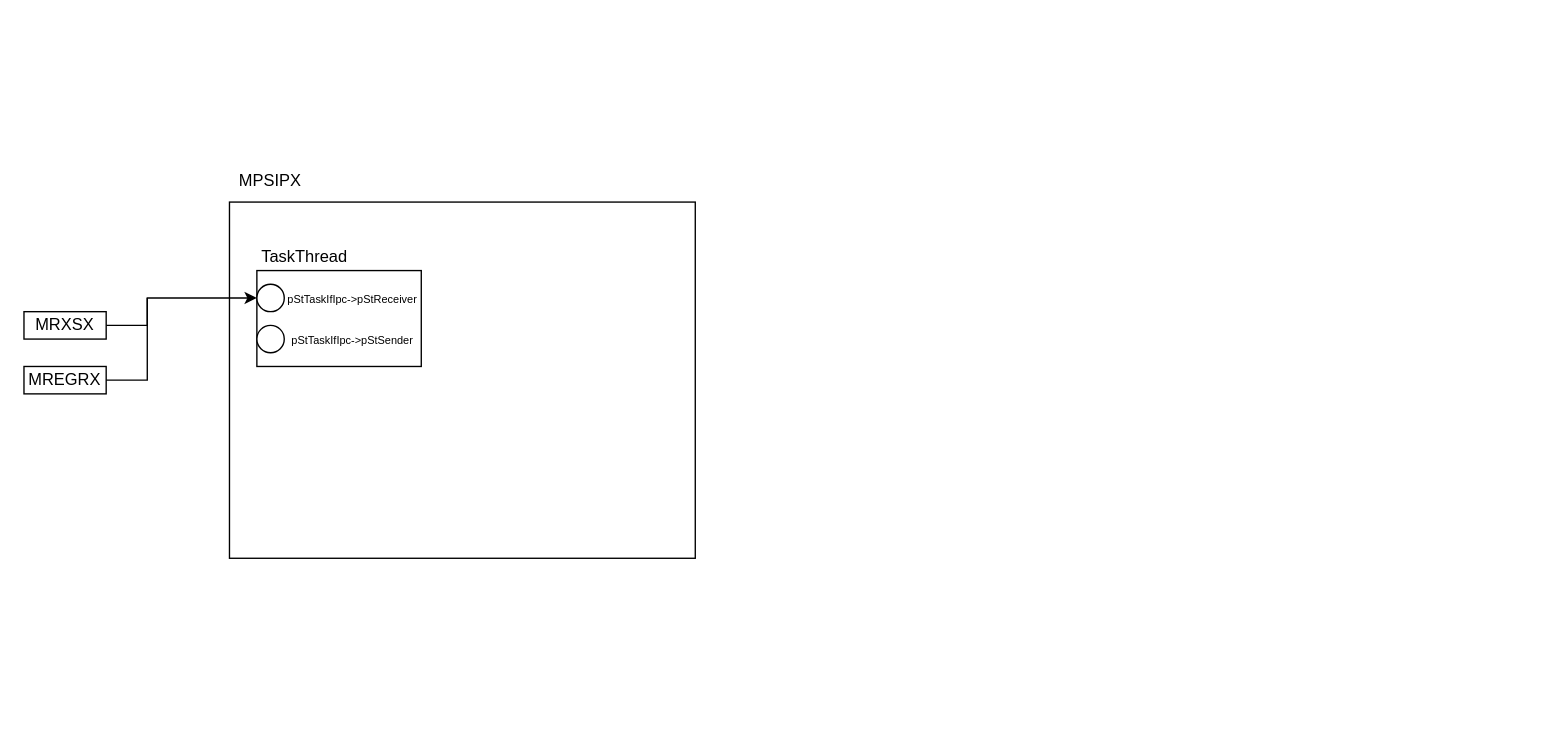
Above: MPSIPX.drawio in JaeHyeon774/NEWTIL (draw.io), before the change. Source tidied: cells renumbered, new cells numbered last; positions are measured from the earlier drawing's top-left corner, leaving out a move shared by most shapes. Both pictures are drawn from the tidied source at 137%, with x=0, y=0 at pixel (23, 160).
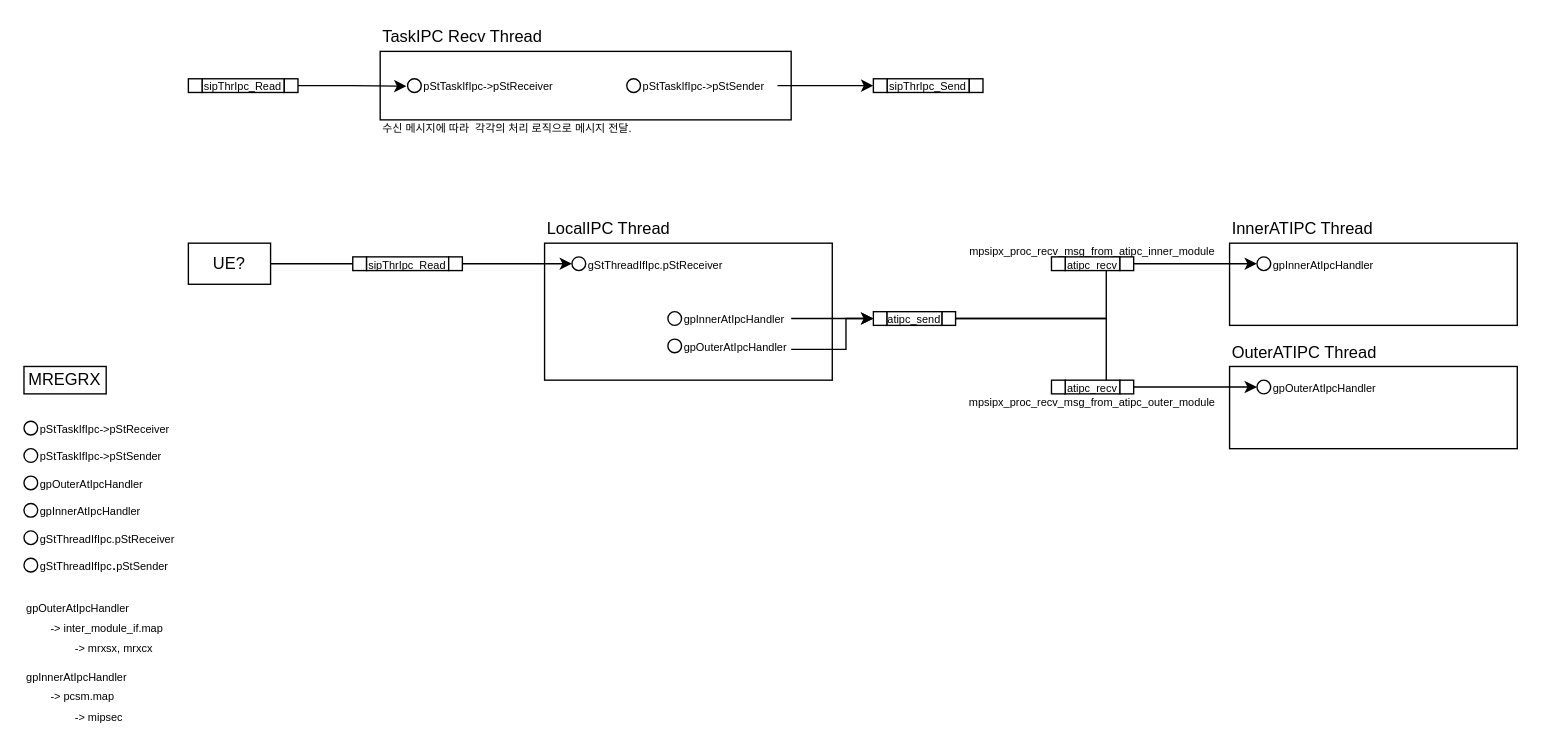
The same diagram, later.

Change to the diagram source:
```diff
@@
-    <mxCell id="2" style="group;" parent="1" vertex="1">
-      <mxGeometry x="150" width="340" height="290" as="geometry" />
-    </mxCell>
-    <mxCell id="3" style="rounded=0;whiteSpace=wrap;html=1;" parent="2" vertex="1">
-      <mxGeometry y="30" width="340" height="260" as="geometry" />
-    </mxCell>
-    <mxCell id="4" value="MPSIPX" style="text;html=1;align=center;verticalAlign=middle;whiteSpace=wrap;rounded=0;" parent="2" vertex="1">
-      <mxGeometry width="60" height="30" as="geometry" />
-    </mxCell>
-    <mxCell id="5" style="rounded=0;whiteSpace=wrap;html=1;" parent="2" vertex="1">
-      <mxGeometry x="20" y="80" width="120" height="70" as="geometry" />
-    </mxCell>
-    <mxCell id="6" value="TaskThread" style="text;html=1;align=center;verticalAlign=middle;whiteSpace=wrap;rounded=0;" parent="2" vertex="1">
-      <mxGeometry x="20" y="60" width="70" height="20" as="geometry" />
-    </mxCell>
+    <mxCell id="15" style="rounded=0;whiteSpace=wrap;html=1;" parent="1" vertex="1">
+      <mxGeometry x="260" y="-80" width="300" height="50" as="geometry" />
+    </mxCell>
+    <mxCell id="16" style="group;" parent="1" vertex="1">
+      <mxGeometry x="380" y="40" width="210" height="120" as="geometry" />
+    </mxCell>
+    <mxCell id="17" style="rounded=0;whiteSpace=wrap;html=1;" parent="16" vertex="1">
+      <mxGeometry y="20" width="210" height="100" as="geometry" />
+    </mxCell>
+    <mxCell id="18" value="LocalIPC Thread" style="text;html=1;align=left;verticalAlign=middle;whiteSpace=wrap;rounded=0;" parent="16" vertex="1">
+      <mxGeometry width="120" height="20" as="geometry" />
+    </mxCell>
+    <mxCell id="19" style="group;" parent="1" vertex="1">
+      <mxGeometry x="880" y="40" width="210" height="80" as="geometry" />
+    </mxCell>
+    <mxCell id="20" style="rounded=0;whiteSpace=wrap;html=1;" parent="19" vertex="1">
+      <mxGeometry y="20" width="210" height="60" as="geometry" />
+    </mxCell>
+    <mxCell id="21" value="InnerATIPC Thread" style="text;html=1;align=left;verticalAlign=middle;whiteSpace=wrap;rounded=0;" parent="19" vertex="1">
+      <mxGeometry width="120" height="20" as="geometry" />
+    </mxCell>
+    <mxCell id="22" style="group;" parent="1" vertex="1">
+      <mxGeometry x="880" y="130" width="210" height="80" as="geometry" />
+    </mxCell>
+    <mxCell id="23" style="rounded=0;whiteSpace=wrap;html=1;" parent="22" vertex="1">
+      <mxGeometry y="20" width="210" height="60" as="geometry" />
+    </mxCell>
+    <mxCell id="24" value="OuterATIPC Thread" style="text;html=1;align=left;verticalAlign=middle;whiteSpace=wrap;rounded=0;" parent="22" vertex="1">
+      <mxGeometry width="120" height="20" as="geometry" />
+    </mxCell>
+    <mxCell id="12" value="MREGRX" style="rounded=0;whiteSpace=wrap;html=1;" parent="1" vertex="1">
+      <mxGeometry y="150" width="60" height="20" as="geometry" />
+    </mxCell>
+    <mxCell id="25" value="&lt;font style=&quot;font-size: 8px;&quot;&gt;gpOuterAtIpcHandler&lt;br&gt;&lt;/font&gt;&lt;span style=&quot;background-color: transparent; color: light-dark(rgb(0, 0, 0), rgb(255, 255, 255)); font-size: 8px;&quot;&gt;&lt;span style=&quot;white-space: pre;&quot;&gt;&#9;&lt;/span&gt;-&amp;gt;&amp;nbsp;&lt;/span&gt;&lt;span style=&quot;background-color: transparent; color: light-dark(rgb(0, 0, 0), rgb(255, 255, 255)); font-size: 8px;&quot;&gt;inter_module_if.map&lt;/span&gt;&lt;div&gt;&lt;span style=&quot;background-color: transparent; color: light-dark(rgb(0, 0, 0), rgb(255, 255, 255)); font-size: 8px;&quot;&gt;&lt;span style=&quot;white-space: pre;&quot;&gt;&#9;&lt;/span&gt;&lt;span style=&quot;white-space: pre;&quot;&gt;&#9;&lt;/span&gt;-&amp;gt; mrxsx, mrxcx&lt;br&gt;&lt;/span&gt;&lt;/div&gt;" style="text;html=1;align=left;verticalAlign=middle;whiteSpace=wrap;rounded=0;" parent="1" vertex="1">
+      <mxGeometry y="320" width="120" height="40" as="geometry" />
+    </mxCell>
+    <mxCell id="26" value="&lt;span style=&quot;font-size: 8px;&quot;&gt;gpInnerAtIpcHandler&lt;/span&gt;&lt;br&gt;&lt;span style=&quot;font-size: 8px; white-space: pre;&quot;&gt;&#9;&lt;/span&gt;&lt;span style=&quot;font-size: 8px;&quot;&gt;-&amp;gt;&amp;nbsp;pcsm.map&lt;/span&gt;&lt;div&gt;&lt;span style=&quot;font-size: 8px;&quot;&gt;&lt;span style=&quot;white-space: pre;&quot;&gt;&#9;&lt;/span&gt;&lt;span style=&quot;white-space: pre;&quot;&gt;&#9;&lt;/span&gt;-&amp;gt; mipsec&lt;br&gt;&lt;/span&gt;&lt;/div&gt;" style="text;html=1;align=left;verticalAlign=middle;whiteSpace=wrap;rounded=0;" parent="1" vertex="1">
+      <mxGeometry y="370" width="120" height="40" as="geometry" />
+    </mxCell>
+    <mxCell id="27" style="group;" parent="1" vertex="1">
+      <mxGeometry y="190" width="110" height="10" as="geometry" />
+    </mxCell>
-    <mxCell id="7" style="ellipse;whiteSpace=wrap;html=1;" parent="2" vertex="1">
-      <mxGeometry x="20" y="90" width="20" height="20" as="geometry" />
+    <mxCell id="7" style="ellipse;whiteSpace=wrap;html=1;" parent="27" vertex="1">
+      <mxGeometry width="10" height="10" as="geometry" />
     </mxCell>
-    <mxCell id="8" value="&lt;font style=&quot;font-size: 8px;&quot;&gt;pStTaskIfIpc-&amp;gt;pStReceiver&lt;/font&gt;" style="text;html=1;align=center;verticalAlign=middle;whiteSpace=wrap;rounded=0;" parent="2" vertex="1">
-      <mxGeometry x="40" y="90" width="100" height="20" as="geometry" />
+    <mxCell id="8" value="&lt;font style=&quot;font-size: 8px;&quot;&gt;pStTaskIfIpc-&amp;gt;pStReceiver&lt;/font&gt;" style="text;html=1;align=left;verticalAlign=middle;whiteSpace=wrap;rounded=0;" parent="27" vertex="1">
+      <mxGeometry x="10" width="100" height="10" as="geometry" />
     </mxCell>
+    <mxCell id="28" style="group;" parent="1" vertex="1">
+      <mxGeometry y="210" width="110" height="10" as="geometry" />
+    </mxCell>
-    <mxCell id="9" style="ellipse;whiteSpace=wrap;html=1;" parent="2" vertex="1">
-      <mxGeometry x="20" y="120" width="20" height="20" as="geometry" />
+    <mxCell id="9" style="ellipse;whiteSpace=wrap;html=1;" parent="28" vertex="1">
+      <mxGeometry width="10" height="10" as="geometry" />
     </mxCell>
-    <mxCell id="10" value="&lt;font style=&quot;font-size: 8px;&quot;&gt;pStTaskIfIpc-&amp;gt;pStSender&lt;/font&gt;" style="text;html=1;align=center;verticalAlign=middle;whiteSpace=wrap;rounded=0;" parent="2" vertex="1">
-      <mxGeometry x="40" y="120" width="100" height="20" as="geometry" />
+    <mxCell id="10" value="&lt;font style=&quot;font-size: 8px;&quot;&gt;pStTaskIfIpc-&amp;gt;pStSender&lt;/font&gt;" style="text;html=1;align=left;verticalAlign=middle;whiteSpace=wrap;rounded=0;" parent="28" vertex="1">
+      <mxGeometry x="10" width="100" height="10" as="geometry" />
     </mxCell>
-    <mxCell id="11" style="endArrow=classic;html=1;rounded=0;entryX=0;entryY=0.5;entryDx=0;entryDy=0;exitX=1;exitY=0.5;exitDx=0;exitDy=0;" parent="1" edge="1" source="13" target="7">
-      <mxGeometry relative="1" as="geometry">
-        <Array as="points">
-          <mxPoint x="90" y="120" />
-          <mxPoint x="90" y="100" />
-        </Array>
-      </mxGeometry>
-    </mxCell>
-    <mxCell id="12" value="MREGRX" style="rounded=0;whiteSpace=wrap;html=1;" parent="1" vertex="1">
-      <mxGeometry y="150" width="60" height="20" as="geometry" />
-    </mxCell>
-    <mxCell id="13" value="MRXSX" style="rounded=0;whiteSpace=wrap;html=1;" parent="1" vertex="1">
-      <mxGeometry y="110" width="60" height="20" as="geometry" />
-    </mxCell>
-    <mxCell id="14" style="endArrow=none;html=1;rounded=0;exitX=1;exitY=0.5;exitDx=0;exitDy=0;" parent="1" edge="1" source="12">
-      <mxGeometry relative="1" as="geometry">
-        <mxPoint x="90" y="100" as="targetPoint" />
-        <Array as="points">
-          <mxPoint x="90" y="160" />
-        </Array>
-      </mxGeometry>
-    </mxCell>
+    <mxCell id="29" style="group;" parent="1" vertex="1">
+      <mxGeometry y="270" width="110" height="10" as="geometry" />
+    </mxCell>
+    <mxCell id="30" value="&lt;font style=&quot;font-size: 8px;&quot;&gt;gStThreadIfIpc.pStReceiver&lt;/font&gt;" style="text;html=1;align=left;verticalAlign=middle;whiteSpace=wrap;rounded=0;" parent="29" vertex="1">
+      <mxGeometry x="10" width="100" height="10" as="geometry" />
+    </mxCell>
+    <mxCell id="31" style="ellipse;whiteSpace=wrap;html=1;" parent="29" vertex="1">
+      <mxGeometry width="10" height="10" as="geometry" />
+    </mxCell>
+    <mxCell id="32" value="&lt;font style=&quot;font-size: 8px;&quot;&gt;mpsipx_proc_recv_msg_from_atipc_inner_module&lt;/font&gt;" style="text;html=1;align=center;verticalAlign=middle;whiteSpace=wrap;rounded=0;" parent="1" vertex="1">
+      <mxGeometry x="680" y="60" width="200" height="10" as="geometry" />
+    </mxCell>
+    <mxCell id="33" style="edgeStyle=orthogonalEdgeStyle;rounded=0;jettySize=auto;html=1;exitX=1;exitY=0.5;exitDx=0;exitDy=0;entryX=0;entryY=0.5;entryDx=0;entryDy=0;" parent="1" edge="1" source="62" target="41">
+      <mxGeometry relative="1" as="geometry" />
+    </mxCell>
+    <mxCell id="34" style="edgeStyle=orthogonalEdgeStyle;rounded=0;jettySize=auto;html=1;exitX=1;exitY=0.5;exitDx=0;exitDy=0;entryX=0;entryY=0.5;entryDx=0;entryDy=0;" parent="1" edge="1" source="62" target="44">
+      <mxGeometry relative="1" as="geometry" />
+    </mxCell>
+    <mxCell id="35" value="&lt;font style=&quot;font-size: 8px;&quot;&gt;mpsipx_proc_recv_msg_from_atipc_outer_module&lt;/font&gt;" style="text;html=1;align=center;verticalAlign=middle;whiteSpace=wrap;rounded=0;" parent="1" vertex="1">
+      <mxGeometry x="680" y="170" width="200" height="10" as="geometry" />
+    </mxCell>
+    <mxCell id="36" style="group;" parent="1" vertex="1">
+      <mxGeometry x="750" y="70" width="60" height="10" as="geometry" />
+    </mxCell>
+    <mxCell id="37" value="&lt;span style=&quot;font-size: 8px;&quot;&gt;atipc_recv&lt;/span&gt;" style="rounded=0;whiteSpace=wrap;html=1;" parent="36" vertex="1">
+      <mxGeometry x="10" width="40" height="10" as="geometry" />
+    </mxCell>
+    <mxCell id="38" style="rounded=0;whiteSpace=wrap;html=1;" parent="36" vertex="1">
+      <mxGeometry width="10" height="10" as="geometry" />
+    </mxCell>
+    <mxCell id="39" style="rounded=0;whiteSpace=wrap;html=1;" parent="36" vertex="1">
+      <mxGeometry x="50" width="10" height="10" as="geometry" />
+    </mxCell>
+    <mxCell id="40" style="group;" parent="1" vertex="1">
+      <mxGeometry x="900" y="70" width="90" height="10" as="geometry" />
+    </mxCell>
+    <mxCell id="41" style="ellipse;whiteSpace=wrap;html=1;" parent="40" vertex="1">
+      <mxGeometry width="10" height="10" as="geometry" />
+    </mxCell>
+    <mxCell id="42" value="&lt;span style=&quot;font-size: 8px;&quot;&gt;gpInnerAtIpcHandler&lt;/span&gt;" style="text;html=1;align=left;verticalAlign=middle;whiteSpace=wrap;rounded=0;" parent="40" vertex="1">
+      <mxGeometry x="10" width="80" height="10" as="geometry" />
+    </mxCell>
+    <mxCell id="43" style="group;" parent="1" vertex="1">
+      <mxGeometry x="900" y="160" width="90" height="10" as="geometry" />
+    </mxCell>
+    <mxCell id="44" style="ellipse;whiteSpace=wrap;html=1;" parent="43" vertex="1">
+      <mxGeometry width="10" height="10" as="geometry" />
+    </mxCell>
+    <mxCell id="45" value="&lt;font style=&quot;font-size: 8px;&quot;&gt;gpOuterAtIpcHandler&lt;/font&gt;" style="text;html=1;align=left;verticalAlign=middle;whiteSpace=wrap;rounded=0;" parent="43" vertex="1">
+      <mxGeometry x="10" width="80" height="10" as="geometry" />
+    </mxCell>
+    <mxCell id="46" style="group;" parent="1" vertex="1">
+      <mxGeometry x="750" y="160" width="60" height="10" as="geometry" />
+    </mxCell>
+    <mxCell id="47" value="&lt;span style=&quot;font-size: 8px;&quot;&gt;atipc_recv&lt;/span&gt;" style="rounded=0;whiteSpace=wrap;html=1;" parent="46" vertex="1">
+      <mxGeometry x="10" width="40" height="10" as="geometry" />
+    </mxCell>
+    <mxCell id="48" style="rounded=0;whiteSpace=wrap;html=1;" parent="46" vertex="1">
+      <mxGeometry width="10" height="10" as="geometry" />
+    </mxCell>
+    <mxCell id="49" style="rounded=0;whiteSpace=wrap;html=1;" parent="46" vertex="1">
+      <mxGeometry x="50" width="10" height="10" as="geometry" />
+    </mxCell>
+    <mxCell id="50" value="&lt;span style=&quot;&quot;&gt;&lt;font style=&quot;font-size: 8px;&quot;&gt;gStThreadIfIpc&lt;/font&gt;.&lt;font style=&quot;font-size: 8px;&quot;&gt;pStSender&lt;/font&gt;&lt;/span&gt;" style="text;html=1;align=left;verticalAlign=middle;whiteSpace=wrap;rounded=0;" parent="1" vertex="1">
+      <mxGeometry x="10" y="290" width="100" height="10" as="geometry" />
+    </mxCell>
+    <mxCell id="51" style="ellipse;whiteSpace=wrap;html=1;" parent="1" vertex="1">
+      <mxGeometry y="290" width="10" height="10" as="geometry" />
+    </mxCell>
+    <mxCell id="52" style="group;" parent="1" vertex="1">
+      <mxGeometry x="400" y="70" width="110" height="10" as="geometry" />
+    </mxCell>
+    <mxCell id="53" value="&lt;font style=&quot;font-size: 8px;&quot;&gt;gStThreadIfIpc.pStReceiver&lt;/font&gt;" style="text;html=1;align=left;verticalAlign=middle;whiteSpace=wrap;rounded=0;" parent="52" vertex="1">
+      <mxGeometry x="10" width="100" height="10" as="geometry" />
+    </mxCell>
+    <mxCell id="54" style="ellipse;whiteSpace=wrap;html=1;" parent="52" vertex="1">
+      <mxGeometry width="10" height="10" as="geometry" />
+    </mxCell>
+    <mxCell id="55" style="edgeStyle=orthogonalEdgeStyle;rounded=0;jettySize=auto;html=1;exitX=1;exitY=0.5;exitDx=0;exitDy=0;entryX=0;entryY=0.5;entryDx=0;entryDy=0;" parent="1" edge="1" source="56" target="54">
+      <mxGeometry relative="1" as="geometry" />
+    </mxCell>
+    <mxCell id="56" value="UE?" style="rounded=0;whiteSpace=wrap;html=1;" parent="1" vertex="1">
+      <mxGeometry x="120" y="60" width="60" height="30" as="geometry" />
+    </mxCell>
+    <mxCell id="57" style="group;" parent="1" vertex="1">
+      <mxGeometry x="240" y="70" width="80" height="10" as="geometry" />
+    </mxCell>
+    <mxCell id="58" value="&lt;font style=&quot;font-size: 8px;&quot;&gt;sipThrIpc_Read&lt;/font&gt;" style="rounded=0;whiteSpace=wrap;html=1;" parent="57" vertex="1">
+      <mxGeometry x="10" width="60" height="10" as="geometry" />
+    </mxCell>
+    <mxCell id="59" style="rounded=0;whiteSpace=wrap;html=1;" parent="57" vertex="1">
+      <mxGeometry x="70" width="10" height="10" as="geometry" />
+    </mxCell>
+    <mxCell id="60" style="rounded=0;whiteSpace=wrap;html=1;" parent="57" vertex="1">
+      <mxGeometry width="10" height="10" as="geometry" />
+    </mxCell>
+    <mxCell id="61" style="group;" parent="1" vertex="1">
+      <mxGeometry x="620" y="110" width="60" height="10" as="geometry" />
+    </mxCell>
+    <mxCell id="62" style="rounded=0;whiteSpace=wrap;html=1;" parent="61" vertex="1">
+      <mxGeometry x="50" width="10" height="10" as="geometry" />
+    </mxCell>
+    <mxCell id="63" style="rounded=0;whiteSpace=wrap;html=1;" parent="61" vertex="1">
+      <mxGeometry width="10" height="10" as="geometry" />
+    </mxCell>
+    <mxCell id="64" value="&lt;font style=&quot;font-size: 8px;&quot;&gt;atipc_send&lt;/font&gt;" style="rounded=0;whiteSpace=wrap;html=1;" parent="61" vertex="1">
+      <mxGeometry x="10" width="40" height="10" as="geometry" />
+    </mxCell>
+    <mxCell id="65" style="group;" parent="1" vertex="1">
+      <mxGeometry y="230" width="110" height="10" as="geometry" />
+    </mxCell>
+    <mxCell id="66" style="ellipse;whiteSpace=wrap;html=1;" parent="65" vertex="1">
+      <mxGeometry width="10" height="10" as="geometry" />
+    </mxCell>
+    <mxCell id="67" value="&lt;font style=&quot;font-size: 8px;&quot;&gt;gpOuterAtIpcHandler&lt;/font&gt;" style="text;html=1;align=left;verticalAlign=middle;whiteSpace=wrap;rounded=0;" parent="65" vertex="1">
+      <mxGeometry x="10" width="100" height="10" as="geometry" />
+    </mxCell>
+    <mxCell id="68" style="group;" parent="1" vertex="1">
+      <mxGeometry y="250" width="110" height="10" as="geometry" />
+    </mxCell>
+    <mxCell id="69" style="ellipse;whiteSpace=wrap;html=1;" parent="68" vertex="1">
+      <mxGeometry width="10" height="10" as="geometry" />
+    </mxCell>
+    <mxCell id="70" value="&lt;span style=&quot;font-size: 8px;&quot;&gt;gpInnerAtIpcHandler&lt;/span&gt;" style="text;html=1;align=left;verticalAlign=middle;whiteSpace=wrap;rounded=0;" parent="68" vertex="1">
+      <mxGeometry x="10" width="100" height="10" as="geometry" />
+    </mxCell>
+    <mxCell id="71" style="group;" parent="1" vertex="1">
+      <mxGeometry x="470" y="110" width="90" height="10" as="geometry" />
+    </mxCell>
+    <mxCell id="72" style="ellipse;whiteSpace=wrap;html=1;" parent="71" vertex="1">
+      <mxGeometry width="10" height="10" as="geometry" />
+    </mxCell>
+    <mxCell id="73" value="&lt;span style=&quot;font-size: 8px;&quot;&gt;gpInnerAtIpcHandler&lt;/span&gt;" style="text;html=1;align=left;verticalAlign=middle;whiteSpace=wrap;rounded=0;" parent="71" vertex="1">
+      <mxGeometry x="10" width="80" height="10" as="geometry" />
+    </mxCell>
+    <mxCell id="74" style="group;" parent="1" vertex="1">
+      <mxGeometry x="470" y="130" width="90" height="10" as="geometry" />
+    </mxCell>
+    <mxCell id="75" style="ellipse;whiteSpace=wrap;html=1;" parent="74" vertex="1">
+      <mxGeometry width="10" height="10" as="geometry" />
+    </mxCell>
+    <mxCell id="76" value="&lt;font style=&quot;font-size: 8px;&quot;&gt;gpOuterAtIpcHandler&lt;/font&gt;" style="text;html=1;align=left;verticalAlign=middle;whiteSpace=wrap;rounded=0;" parent="74" vertex="1">
+      <mxGeometry x="10" width="80" height="10" as="geometry" />
+    </mxCell>
+    <mxCell id="77" style="edgeStyle=orthogonalEdgeStyle;rounded=0;jettySize=auto;html=1;exitX=1;exitY=0.5;exitDx=0;exitDy=0;entryX=0;entryY=0.5;entryDx=0;entryDy=0;" parent="1" edge="1" source="73" target="63">
+      <mxGeometry relative="1" as="geometry" />
+    </mxCell>
+    <mxCell id="78" style="edgeStyle=orthogonalEdgeStyle;rounded=0;jettySize=auto;html=1;exitX=1;exitY=0.75;exitDx=0;exitDy=0;entryX=0;entryY=0.5;entryDx=0;entryDy=0;" parent="1" edge="1" source="76" target="63">
+      <mxGeometry relative="1" as="geometry">
+        <Array as="points">
+          <mxPoint x="600" y="138" />
+          <mxPoint x="600" y="115" />
+        </Array>
+      </mxGeometry>
+    </mxCell>
+    <mxCell id="79" style="group;" parent="1" vertex="1">
+      <mxGeometry x="280" y="-60" width="110" height="10" as="geometry" />
+    </mxCell>
+    <mxCell id="80" style="ellipse;whiteSpace=wrap;html=1;" parent="79" vertex="1">
+      <mxGeometry width="10" height="10" as="geometry" />
+    </mxCell>
+    <mxCell id="81" value="&lt;font style=&quot;font-size: 8px;&quot;&gt;pStTaskIfIpc-&amp;gt;pStReceiver&lt;/font&gt;" style="text;html=1;align=left;verticalAlign=middle;whiteSpace=wrap;rounded=0;" parent="79" vertex="1">
+      <mxGeometry x="10" width="100" height="10" as="geometry" />
+    </mxCell>
+    <mxCell id="82" value="TaskIPC Recv Thread" style="text;html=1;align=left;verticalAlign=middle;whiteSpace=wrap;rounded=0;" parent="1" vertex="1">
+      <mxGeometry x="260" y="-100" width="130" height="20" as="geometry" />
+    </mxCell>
+    <mxCell id="83" style="group;" parent="1" vertex="1">
+      <mxGeometry x="120" y="-60" width="80" height="10" as="geometry" />
+    </mxCell>
+    <mxCell id="84" value="&lt;font style=&quot;font-size: 8px;&quot;&gt;sipThrIpc_Read&lt;/font&gt;" style="rounded=0;whiteSpace=wrap;html=1;" parent="83" vertex="1">
+      <mxGeometry x="10" width="60" height="10" as="geometry" />
+    </mxCell>
+    <mxCell id="85" style="rounded=0;whiteSpace=wrap;html=1;" parent="83" vertex="1">
+      <mxGeometry x="70" width="10" height="10" as="geometry" />
+    </mxCell>
+    <mxCell id="86" style="rounded=0;whiteSpace=wrap;html=1;" parent="83" vertex="1">
+      <mxGeometry width="10" height="10" as="geometry" />
+    </mxCell>
+    <mxCell id="87" style="edgeStyle=orthogonalEdgeStyle;rounded=0;jettySize=auto;html=1;exitX=1;exitY=0.5;exitDx=0;exitDy=0;entryX=-0.08;entryY=0.544;entryDx=0;entryDy=0;entryPerimeter=0;" parent="1" edge="1" source="85" target="80">
+      <mxGeometry relative="1" as="geometry" />
+    </mxCell>
+    <mxCell id="88" style="group;" parent="1" vertex="1">
+      <mxGeometry x="620" y="-60" width="80" height="10" as="geometry" />
+    </mxCell>
+    <mxCell id="89" value="&lt;font style=&quot;font-size: 8px;&quot;&gt;sipThrIpc_Send&lt;/font&gt;" style="rounded=0;whiteSpace=wrap;html=1;" parent="88" vertex="1">
+      <mxGeometry x="10" width="60" height="10" as="geometry" />
+    </mxCell>
+    <mxCell id="90" style="rounded=0;whiteSpace=wrap;html=1;" parent="88" vertex="1">
+      <mxGeometry x="70" width="10" height="10" as="geometry" />
+    </mxCell>
+    <mxCell id="91" style="rounded=0;whiteSpace=wrap;html=1;" parent="88" vertex="1">
+      <mxGeometry width="10" height="10" as="geometry" />
+    </mxCell>
+    <mxCell id="92" style="edgeStyle=orthogonalEdgeStyle;rounded=0;jettySize=auto;html=1;exitX=1;exitY=0.5;exitDx=0;exitDy=0;entryX=0;entryY=0.5;entryDx=0;entryDy=0;" parent="1" edge="1" source="95" target="91">
+      <mxGeometry relative="1" as="geometry">
+        <Array as="points">
+          <mxPoint x="580" y="-55" />
+          <mxPoint x="580" y="-55" />
+        </Array>
+      </mxGeometry>
+    </mxCell>
+    <mxCell id="93" style="group;" parent="1" vertex="1">
+      <mxGeometry x="440" y="-60" width="110" height="10" as="geometry" />
+    </mxCell>
+    <mxCell id="94" style="ellipse;whiteSpace=wrap;html=1;" parent="93" vertex="1">
+      <mxGeometry width="10" height="10" as="geometry" />
+    </mxCell>
+    <mxCell id="95" value="&lt;font style=&quot;font-size: 8px;&quot;&gt;pStTaskIfIpc-&amp;gt;pStSender&lt;/font&gt;" style="text;html=1;align=left;verticalAlign=middle;whiteSpace=wrap;rounded=0;" parent="93" vertex="1">
+      <mxGeometry x="10" width="100" height="10" as="geometry" />
+    </mxCell>
+    <mxCell id="96" value="&lt;font style=&quot;font-size: 8px;&quot;&gt;수신 메시지에 따라&amp;nbsp; 각각의 처리 로직으로 메시지 전달.&lt;/font&gt;" style="text;html=1;align=left;verticalAlign=middle;whiteSpace=wrap;rounded=0;" parent="1" vertex="1">
+      <mxGeometry x="260" y="-30" width="250" height="10" as="geometry" />
+    </mxCell>
```
